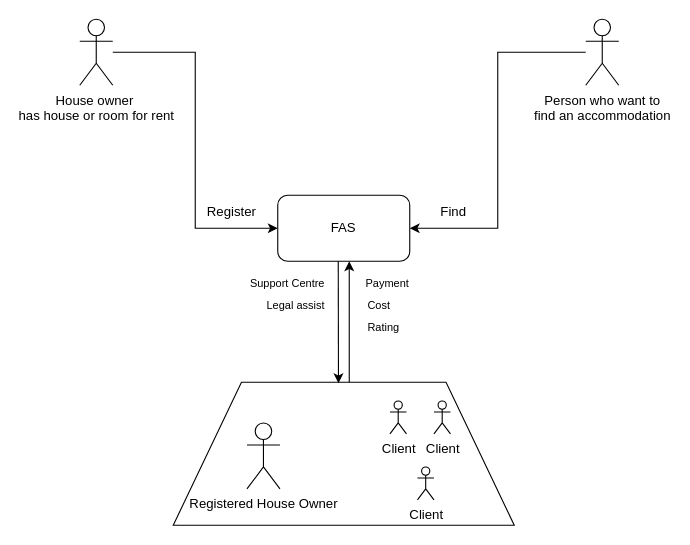
This is Entre.drawio from ntxtung/DrawIORepo, a draw.io file, before an edit. Source tidied: cells renumbered, new cells numbered last; positions are measured from the earlier drawing's top-left corner, leaving out a move shared by most shapes. Both pictures are drawn from the tidied source at 110%, with x=0, y=0 at pixel (79, 19).
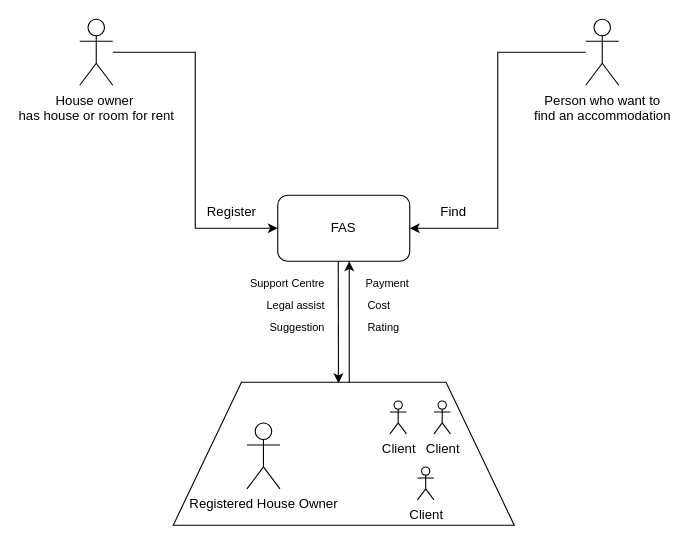
After the change.

The edit, as a diff of the source:
```diff
@@
+    <mxCell id="21" value="&lt;font style=&quot;font-size: 10px&quot;&gt;Suggestion&lt;/font&gt;" style="text;html=1;strokeColor=none;fillColor=none;align=right;verticalAlign=middle;whiteSpace=wrap;rounded=0;" parent="1" vertex="1">
+      <mxGeometry x="160" y="270" width="65" height="20" as="geometry" />
+    </mxCell>
```
